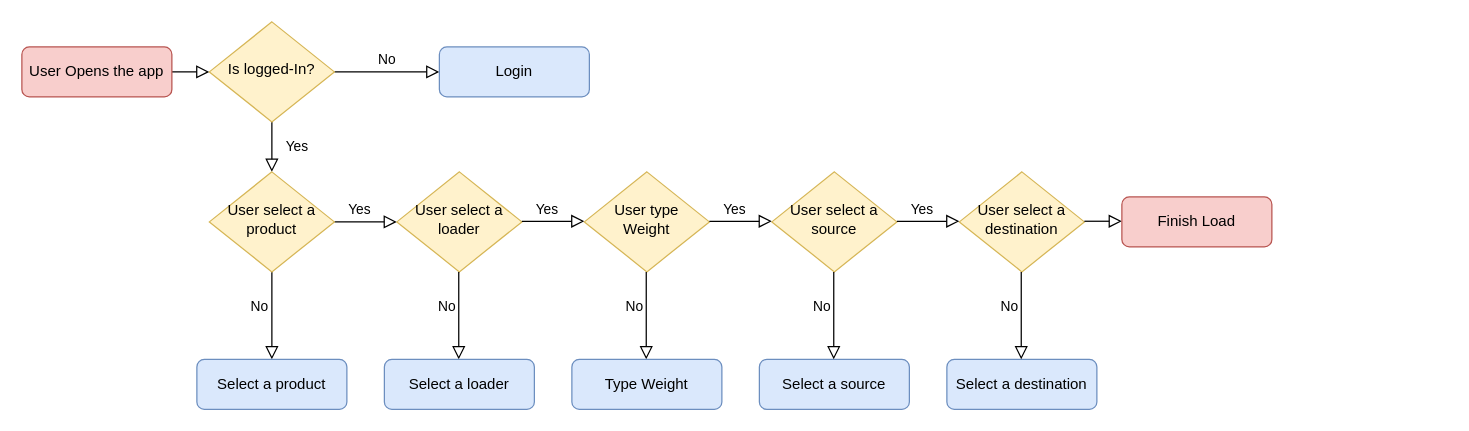
Earlier version of the draw.io diagram Flow Dump.drawio (Raptor-Tech/Diagram). Source tidied: cells renumbered, new cells numbered last; positions are measured from the earlier drawing's top-left corner, leaving out a move shared by most shapes. Both pictures are drawn from the tidied source at 125%, with x=0, y=0 at pixel (21, 21).
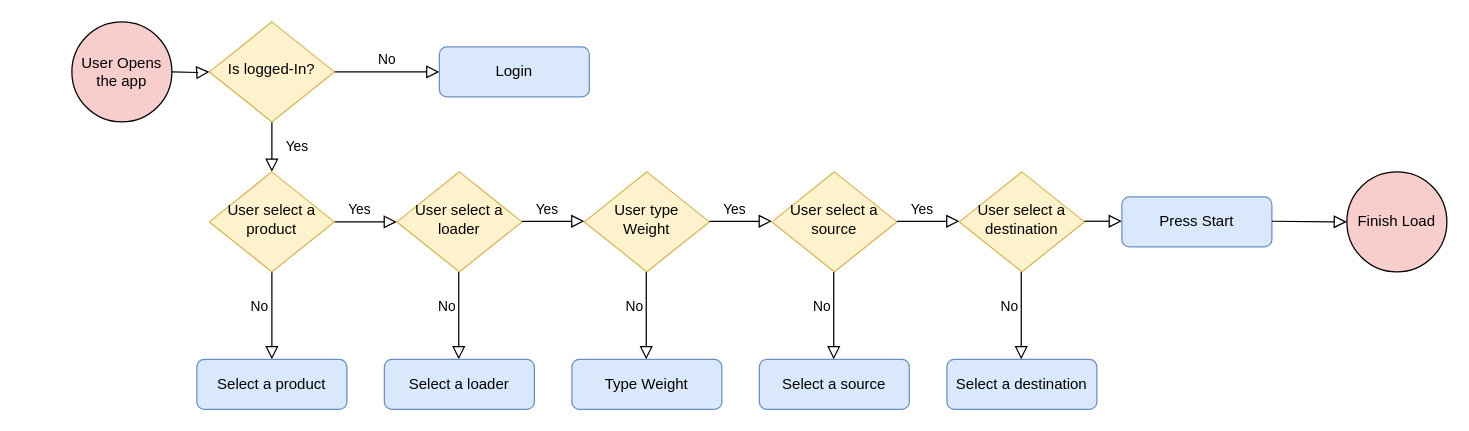
After the change.

Unchanged cells that the change refers to:
```xml
<mxCell id="6" value="Is logged-In?" style="rhombus;whiteSpace=wrap;html=1;shadow=0;fontFamily=Helvetica;fontSize=12;align=center;strokeWidth=1;spacing=6;spacingTop=-4;fillColor=#fff2cc;strokeColor=#d6b656;" parent="1" vertex="1">
  <mxGeometry x="150" width="100" height="80" as="geometry" />
</mxCell>
```

What changed in the source:
```diff
@@
-    <mxCell id="2" style="rounded=0;html=1;jettySize=auto;fontSize=11;endArrow=block;endFill=0;endSize=8;strokeWidth=1;shadow=0;labelBackgroundColor=none;edgeStyle=orthogonalEdgeStyle;" parent="1" edge="1" source="3" target="6">
-      <mxGeometry relative="1" as="geometry" />
+    <mxCell id="2" style="rounded=0;html=1;jettySize=auto;fontSize=11;endArrow=block;endFill=0;endSize=8;strokeWidth=1;shadow=0;labelBackgroundColor=none;edgeStyle=orthogonalEdgeStyle;" parent="1" edge="1" target="6">
+      <mxGeometry relative="1" as="geometry">
+        <mxPoint x="120" y="40" as="sourcePoint" />
+      </mxGeometry>
     </mxCell>
-    <mxCell id="3" value="User Opens the app" style="rounded=1;whiteSpace=wrap;html=1;fontSize=12;glass=0;strokeWidth=1;shadow=0;fillColor=#f8cecc;strokeColor=#b85450;" parent="1" vertex="1">
-      <mxGeometry y="20" width="120" height="40" as="geometry" />
-    </mxCell>
@@
+    <mxCell id="3" value="User Opens the app" style="ellipse;whiteSpace=wrap;html=1;fillColor=#F8CECC;" parent="1" vertex="1">
+      <mxGeometry x="40" width="80" height="80" as="geometry" />
+    </mxCell>
-    <mxCell id="28" value="Finish Load" style="rounded=1;whiteSpace=wrap;html=1;fontSize=12;glass=0;strokeWidth=1;shadow=0;fillColor=#f8cecc;strokeColor=#b85450;" parent="1" vertex="1">
-      <mxGeometry x="880" y="140" width="120" height="40" as="geometry" />
+    <mxCell id="28" value="Finish Load" style="ellipse;whiteSpace=wrap;html=1;fillColor=#F8CECC;" parent="1" vertex="1">
+      <mxGeometry x="1060" y="120" width="80" height="80" as="geometry" />
     </mxCell>
+    <mxCell id="29" value="Press Start" style="rounded=1;whiteSpace=wrap;html=1;fontSize=12;glass=0;strokeWidth=1;shadow=0;fillColor=#dae8fc;strokeColor=#6c8ebf;" parent="1" vertex="1">
+      <mxGeometry x="880" y="140" width="120" height="40" as="geometry" />
+    </mxCell>
+    <mxCell id="30" style="rounded=0;html=1;jettySize=auto;fontSize=11;endArrow=block;endFill=0;endSize=8;strokeWidth=1;shadow=0;labelBackgroundColor=none;edgeStyle=orthogonalEdgeStyle;entryX=0;entryY=0.5;entryDx=0;entryDy=0;" parent="1" edge="1" target="28">
+      <mxGeometry relative="1" as="geometry">
+        <mxPoint x="1000" y="159.5" as="sourcePoint" />
+      </mxGeometry>
+    </mxCell>
```
